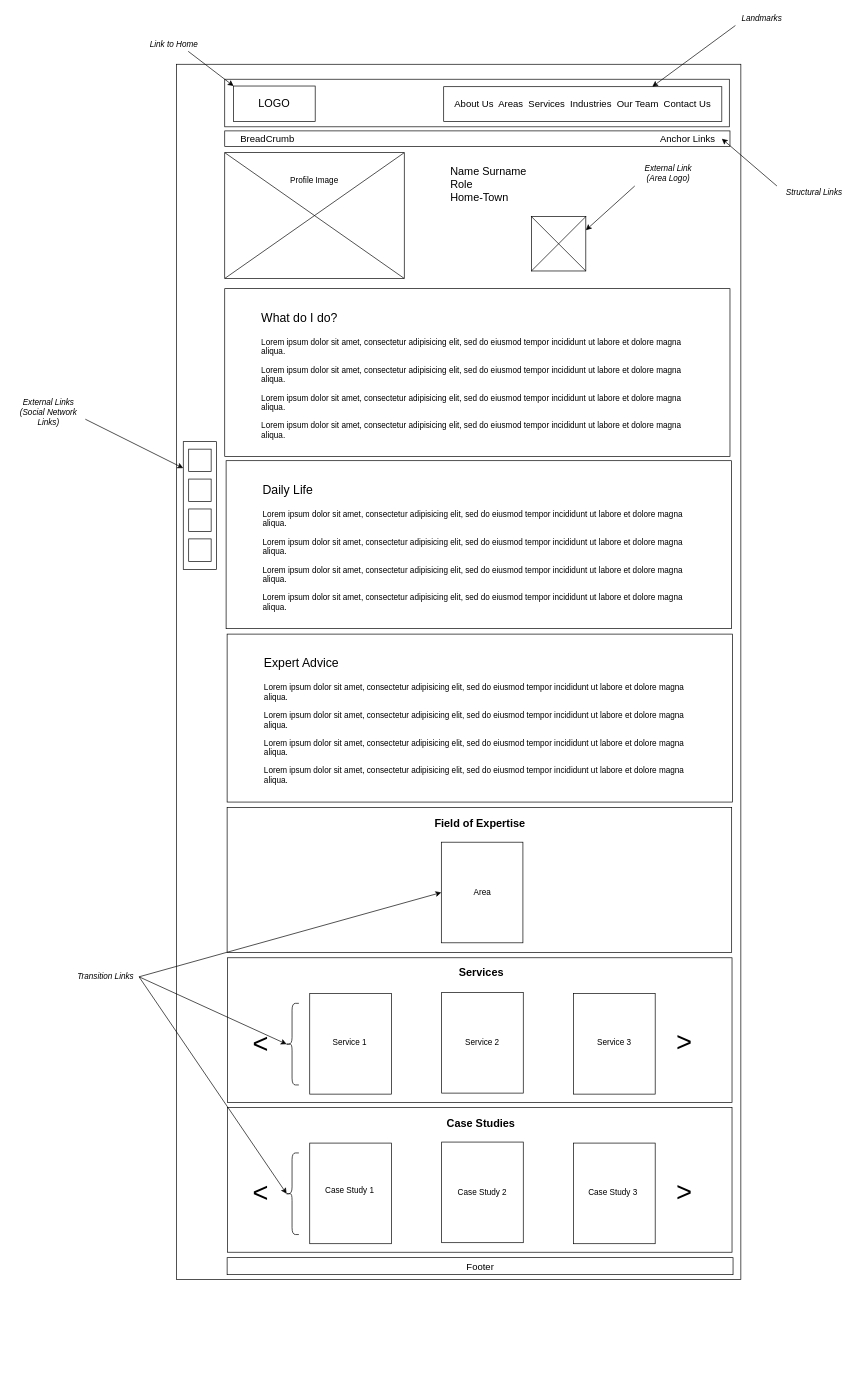
The draw.io diagram Design Documents/Wireframes/Employee.drawio in manzomanze/HypermediaApplicationsProject-Manzella-Messuti-Pelagatti-Pellizzer, before the edit. Source tidied: cells renumbered, new cells numbered last; positions are measured from the earlier drawing's top-left corner, leaving out a move shared by most shapes. Both pictures are drawn from the tidied source at 68%, with x=0, y=0 at pixel (12, 12).
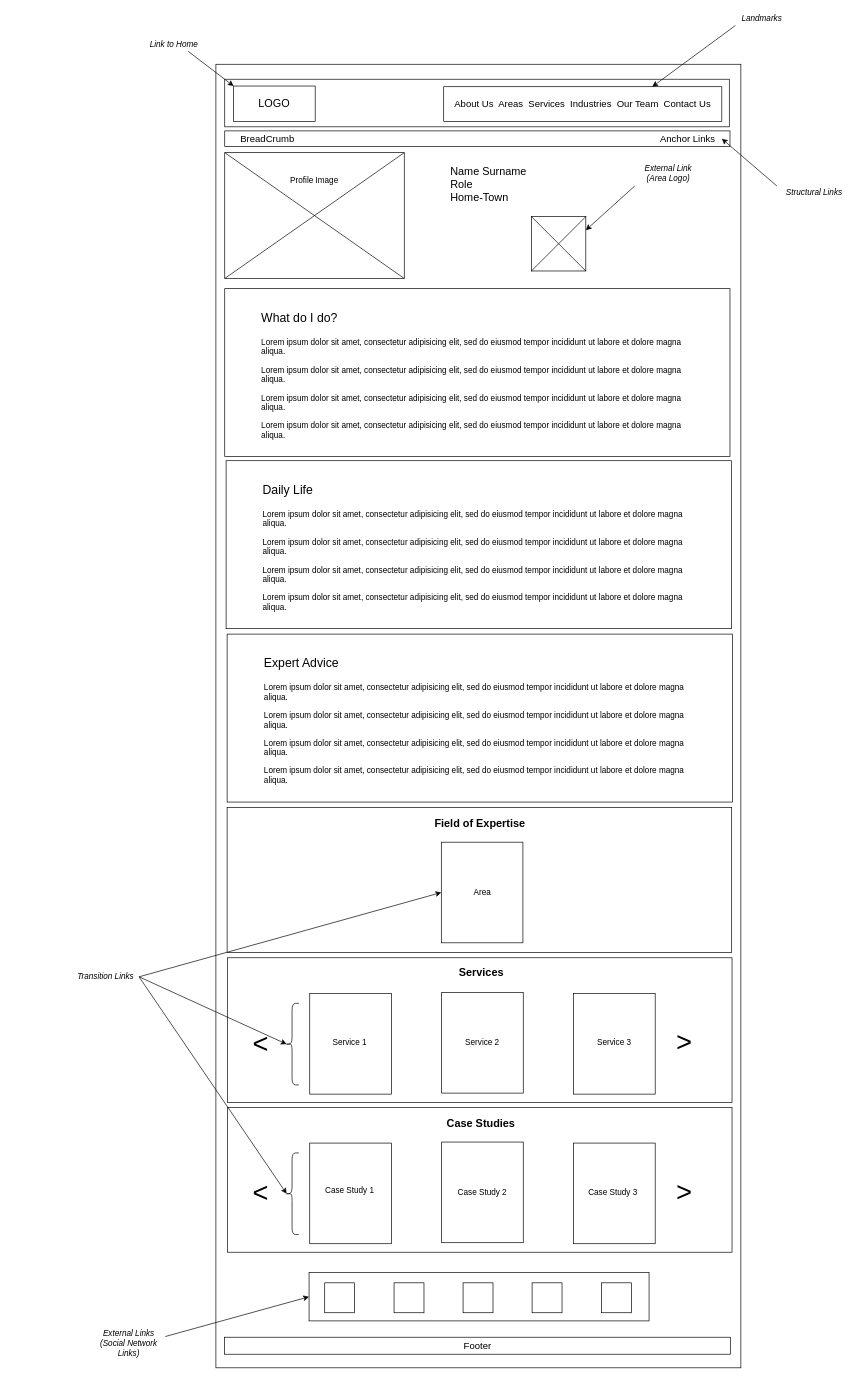
After the change.

Diff of the diagram source:
```diff
@@
     <mxCell id="2" style="rounded=0;whiteSpace=wrap;html=1;fillColor=none;" parent="1" vertex="1">
-      <mxGeometry x="242" y="77" width="830" height="1787" as="geometry" />
+      <mxGeometry x="300" y="77" width="772" height="1917" as="geometry" />
     </mxCell>
@@
     <mxCell id="20" value="&lt;font style=&quot;font-size: 14px&quot;&gt;Footer&lt;/font&gt;" style="rounded=0;whiteSpace=wrap;html=1;strokeColor=#000000;fillColor=none;" parent="1" vertex="1">
-      <mxGeometry x="316.5" y="1832" width="744" height="25" as="geometry" />
+      <mxGeometry x="312.5" y="1949" width="744" height="25" as="geometry" />
     </mxCell>
-    <mxCell id="21" style="rounded=0;whiteSpace=wrap;html=1;strokeColor=#000000;fillColor=none;" parent="1" vertex="1">
-      <mxGeometry x="252" y="632" width="49" height="188" as="geometry" />
-    </mxCell>
-    <mxCell id="22" style="whiteSpace=wrap;html=1;strokeColor=#000000;fillColor=none;" parent="1" vertex="1">
-      <mxGeometry x="260" y="643" width="33" height="33" as="geometry" />
-    </mxCell>
-    <mxCell id="23" style="whiteSpace=wrap;html=1;strokeColor=#000000;fillColor=none;" parent="1" vertex="1">
-      <mxGeometry x="260" y="687" width="33" height="33" as="geometry" />
-    </mxCell>
-    <mxCell id="24" style="whiteSpace=wrap;html=1;strokeColor=#000000;fillColor=none;" parent="1" vertex="1">
-      <mxGeometry x="260" y="731" width="33" height="33" as="geometry" />
-    </mxCell>
-    <mxCell id="25" style="whiteSpace=wrap;html=1;strokeColor=#000000;fillColor=none;" parent="1" vertex="1">
-      <mxGeometry x="260" y="775" width="33" height="33" as="geometry" />
-    </mxCell>
-    <mxCell id="26" value="&lt;i&gt;External Links (Social Network Links)&lt;/i&gt;" style="text;html=1;strokeColor=none;fillColor=none;align=center;verticalAlign=middle;whiteSpace=wrap;rounded=0;" parent="1" vertex="1">
-      <mxGeometry y="579" width="108" height="20" as="geometry" />
-    </mxCell>
-    <mxCell id="27" style="endArrow=classic;html=1;entryX=0;entryY=0.207;entryDx=0;entryDy=0;entryPerimeter=0;exitX=1;exitY=1;exitDx=0;exitDy=0;" parent="1" edge="1" source="26" target="21">
-      <mxGeometry relative="1" as="geometry" />
-    </mxCell>
@@
+    <mxCell id="26" value="&lt;i&gt;External Links (Social Network Links)&lt;/i&gt;" style="text;html=1;strokeColor=none;fillColor=none;align=center;verticalAlign=middle;whiteSpace=wrap;rounded=0;" parent="1" vertex="1">
+      <mxGeometry x="117.5" y="1948" width="108" height="20" as="geometry" />
+    </mxCell>
+    <mxCell id="70" style="whiteSpace=wrap;html=1;" parent="1" vertex="1">
+      <mxGeometry x="460" y="1869" width="44" height="44" as="geometry" />
+    </mxCell>
+    <mxCell id="71" style="whiteSpace=wrap;html=1;" parent="1" vertex="1">
+      <mxGeometry x="663.5" y="1869" width="44" height="44" as="geometry" />
+    </mxCell>
+    <mxCell id="72" style="whiteSpace=wrap;html=1;" parent="1" vertex="1">
+      <mxGeometry x="765" y="1869" width="44" height="44" as="geometry" />
+    </mxCell>
+    <mxCell id="73" style="whiteSpace=wrap;html=1;" parent="1" vertex="1">
+      <mxGeometry x="562" y="1869" width="44" height="44" as="geometry" />
+    </mxCell>
+    <mxCell id="74" style="whiteSpace=wrap;html=1;" parent="1" vertex="1">
+      <mxGeometry x="867" y="1869" width="44" height="44" as="geometry" />
+    </mxCell>
+    <mxCell id="75" style="rounded=0;whiteSpace=wrap;html=1;fillColor=none;" parent="1" vertex="1">
+      <mxGeometry x="437" y="1854" width="500" height="71" as="geometry" />
+    </mxCell>
+    <mxCell id="76" style="endArrow=classic;html=1;exitX=1;exitY=0;exitDx=0;exitDy=0;entryX=0;entryY=0.5;entryDx=0;entryDy=0;" parent="1" edge="1" source="26" target="75">
+      <mxGeometry relative="1" as="geometry" />
+    </mxCell>
```
